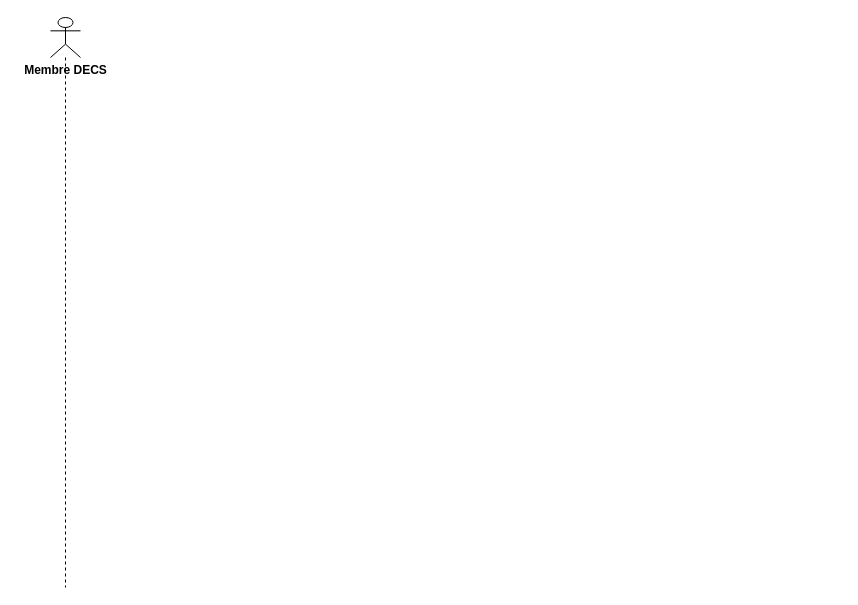
The draw.io diagram Diagramme sans nom.drawio in CabrelFeukeng/pp, before the edit. Source tidied: cells renumbered, new cells numbered last; positions are measured from the earlier drawing's top-left corner, leaving out a move shared by most shapes. Both pictures are drawn from the tidied source at 100%, with x=0, y=0 at pixel (25, 17).
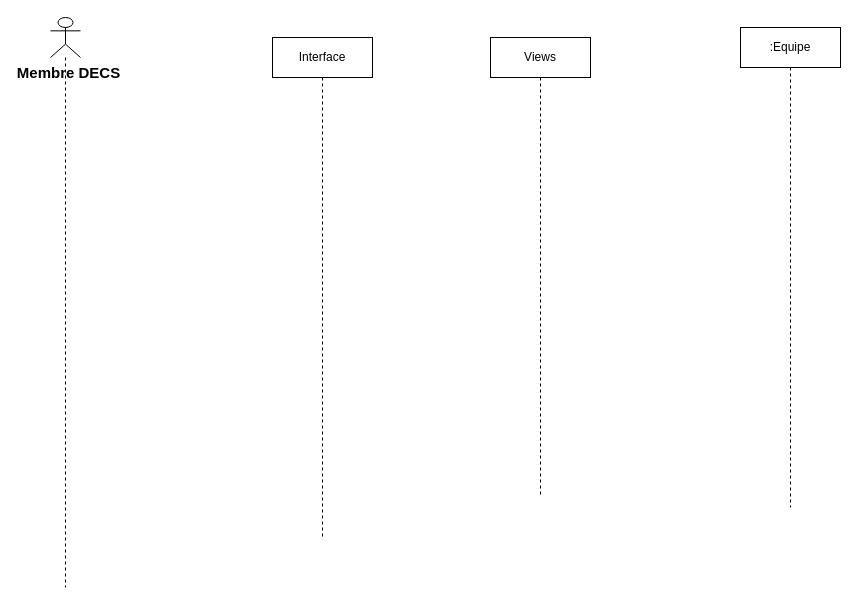
Above is the later version.

Commit message (it also covers changes not shown here):
Mettre à jour Diagramme sans nom.drawio

Change to the diagram source:
```diff
@@
 <mxGraphModel>
   <root>
     <mxCell id="0" />
     <mxCell id="1" parent="0" />
     <mxCell id="2" style="shape=umlLifeline;perimeter=lifelinePerimeter;whiteSpace=wrap;html=1;newEdgeStyle={&quot;curved&quot;:0,&quot;rounded&quot;:0};participant=umlActor;" parent="1" vertex="1">
       <mxGeometry x="25" width="30" height="570" as="geometry" />
     </mxCell>
-    <mxCell id="3" value="Membre DECS" style="text;align=center;fontStyle=1;verticalAlign=middle;spacingLeft=3;spacingRight=3;strokeColor=none;html=1;" parent="1" vertex="1">
-      <mxGeometry y="40" width="80" height="26" as="geometry" />
+    <mxCell id="3" value="&lt;font style=&quot;font-size: 15px;&quot;&gt;Membre DECS&lt;/font&gt;" style="text;align=center;fontStyle=1;verticalAlign=middle;spacingLeft=3;spacingRight=3;strokeColor=none;html=1;" parent="1" vertex="1">
+      <mxGeometry x="3" y="42" width="80" height="26" as="geometry" />
     </mxCell>
+    <mxCell id="4" value="Interface" style="shape=umlLifeline;perimeter=lifelinePerimeter;whiteSpace=wrap;html=1;newEdgeStyle={&quot;curved&quot;:0,&quot;rounded&quot;:0};" parent="1" vertex="1">
+      <mxGeometry x="247" y="20" width="100" height="500" as="geometry" />
+    </mxCell>
+    <mxCell id="5" value="Views" style="shape=umlLifeline;perimeter=lifelinePerimeter;whiteSpace=wrap;html=1;newEdgeStyle={&quot;curved&quot;:0,&quot;rounded&quot;:0};" parent="1" vertex="1">
+      <mxGeometry x="465" y="20" width="100" height="460" as="geometry" />
+    </mxCell>
+    <mxCell id="6" value=":Equipe" style="shape=umlLifeline;perimeter=lifelinePerimeter;whiteSpace=wrap;html=1;newEdgeStyle={&quot;curved&quot;:0,&quot;rounded&quot;:0};" parent="1" vertex="1">
+      <mxGeometry x="715" y="10" width="100" height="480" as="geometry" />
+    </mxCell>
   </root>
 </mxGraphModel>
```
